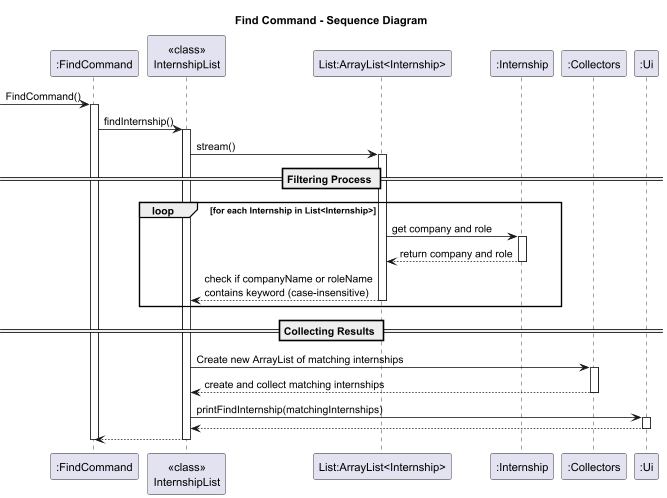
Above: docs/diagrams/FindCommandSD.png in BenyAlbatross/tp (PlantUML), before the change.
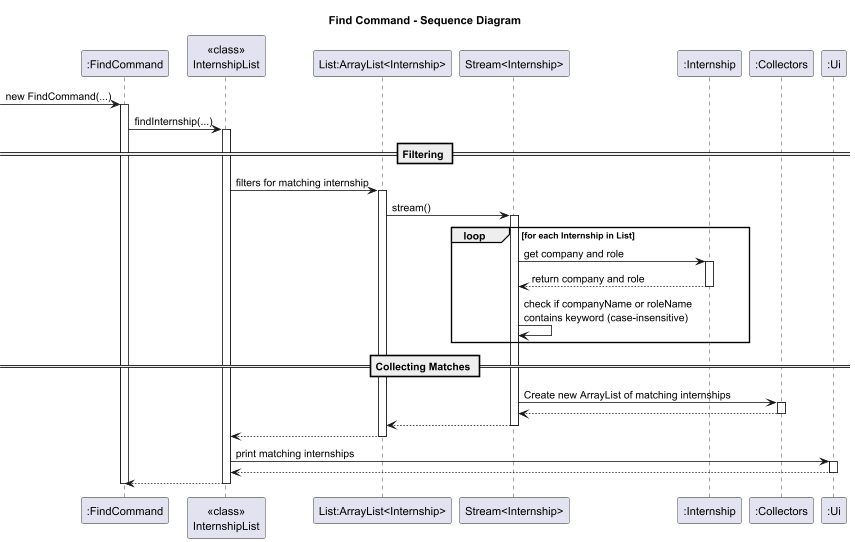
Above is the later version.

What changed in the source:
```diff
@@ -4,34 +4,41 @@
 participant ":FindCommand" as FC
 participant "<<class>>\nInternshipList" as IL
 participant "List:ArrayList<Internship>" as LI
+participant "Stream<Internship>" as ST
 participant ":Internship" as IN
 participant ":Collectors" as CO
 participant ":Ui" as Ui
 
--> FC: FindCommand()
+-> FC: new FindCommand(...)
 activate FC
-FC -> IL: findInternship()
+FC -> IL: findInternship(...)
 activate IL
-IL -> LI: stream()
+
+== Filtering ==
+IL -> LI: filters for matching internship
 activate LI
-
-== Filtering Process ==
-loop for each Internship in List<Internship>
-    LI -> IN: get company and role
+LI -> ST: stream()
+activate ST
+loop for each Internship in List
+    ST -> IN: get company and role
     activate IN
-    IN --> LI: return company and role
+    IN --> ST: return company and role
     deactivate IN
-    LI --> IL: check if companyName or roleName\ncontains keyword (case-insensitive)
-    deactivate LI
+    ST -> ST: check if companyName or roleName\ncontains keyword (case-insensitive)
 end
 
-== Collecting Results ==
-IL -> CO: Create new ArrayList of matching internships
+== Collecting Matches ==
+ST -> CO: Create new ArrayList of matching internships
 activate CO
-CO --> IL: create and collect matching internships
+CO --> ST
 deactivate CO
+ST --> LI
+deactivate ST
+LI --> IL
+deactivate LI
 
-IL -> Ui: printFindInternship(matchingInternships)
+
+IL -> Ui: print matching internships
 activate Ui
 Ui --> IL
 deactivate Ui
```
